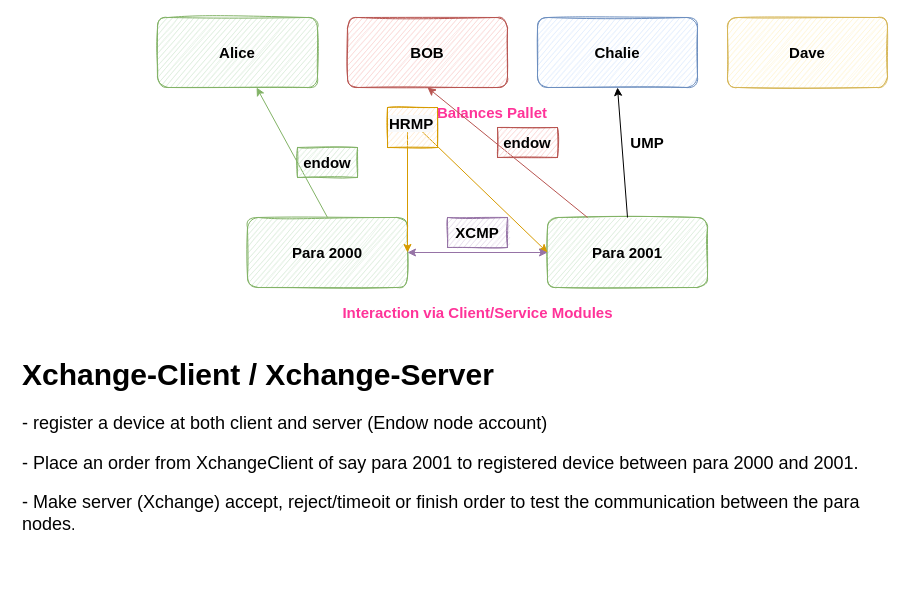
Earlier version of the draw.io diagram node_arch_functionality.drawio (saraswatpuneet/xcm-auto-bank). Source tidied: cells renumbered, new cells numbered last; positions are measured from the earlier drawing's top-left corner, leaving out a move shared by most shapes. Both pictures are drawn from the tidied source at 100%, with x=0, y=0 at pixel (17, 17).
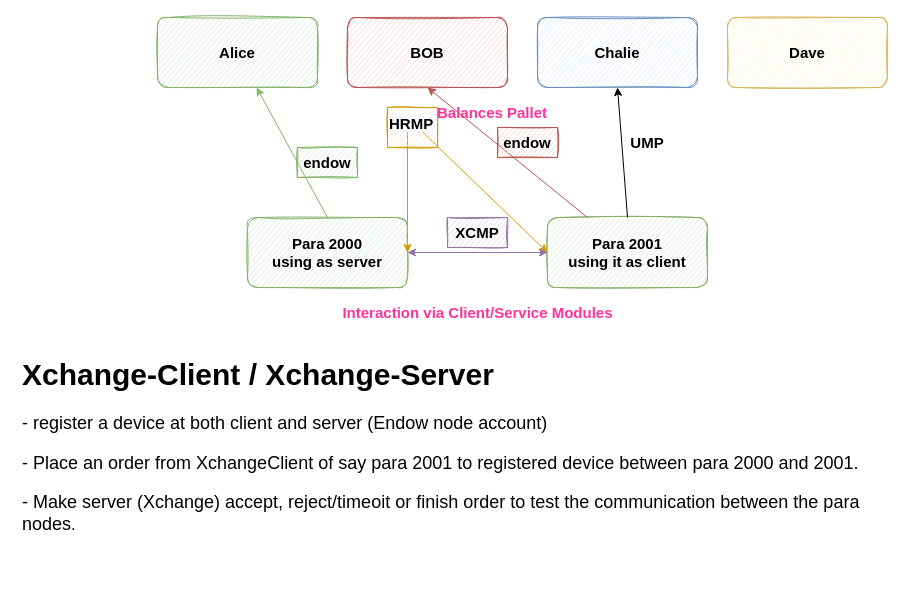
The same page after the edit.

What changed in the source:
```diff
@@
-    <mxCell id="6" value="&lt;b&gt;&lt;font style=&quot;font-size: 15px&quot;&gt;Para 2000&lt;/font&gt;&lt;/b&gt;" style="rounded=1;whiteSpace=wrap;html=1;fillColor=#d5e8d4;strokeColor=#82b366;shadow=0;sketch=1;" parent="1" vertex="1">
+    <mxCell id="6" value="&lt;b&gt;&lt;font style=&quot;font-size: 15px&quot;&gt;Para 2000&lt;br&gt;using as server&lt;br&gt;&lt;/font&gt;&lt;/b&gt;" style="rounded=1;whiteSpace=wrap;html=1;fillColor=#d5e8d4;strokeColor=#82b366;shadow=0;sketch=1;" parent="1" vertex="1">
       <mxGeometry x="230" y="200" width="160" height="70" as="geometry" />
     </mxCell>
-    <mxCell id="7" value="&lt;b&gt;&lt;font style=&quot;font-size: 15px&quot;&gt;Para 2001&lt;/font&gt;&lt;/b&gt;" style="rounded=1;whiteSpace=wrap;html=1;fillColor=#d5e8d4;strokeColor=#82b366;shadow=0;sketch=1;" parent="1" vertex="1">
+    <mxCell id="7" value="&lt;b&gt;&lt;font style=&quot;font-size: 15px&quot;&gt;Para 2001&lt;br&gt;using it as client&lt;br&gt;&lt;/font&gt;&lt;/b&gt;" style="rounded=1;whiteSpace=wrap;html=1;fillColor=#d5e8d4;strokeColor=#82b366;shadow=0;sketch=1;" parent="1" vertex="1">
       <mxGeometry x="530" y="200" width="160" height="70" as="geometry" />
     </mxCell>
```
